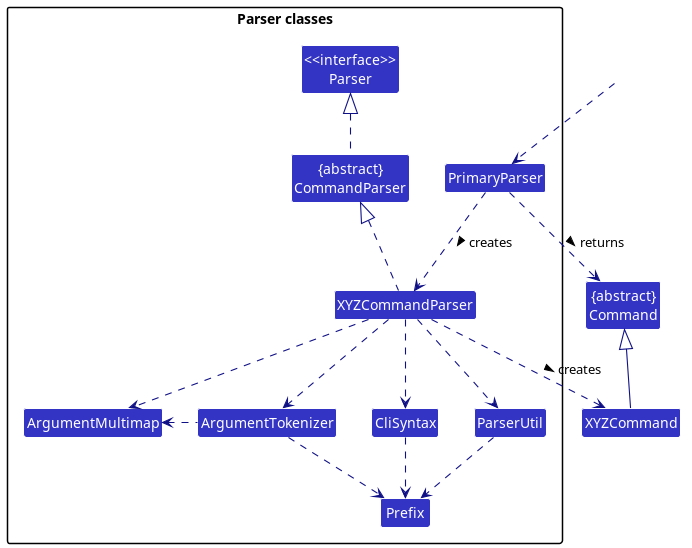
The PlantUML diagram docs/images/ParserClasses.png in nus-cs2103-AY2223S1/tp, before a commit.
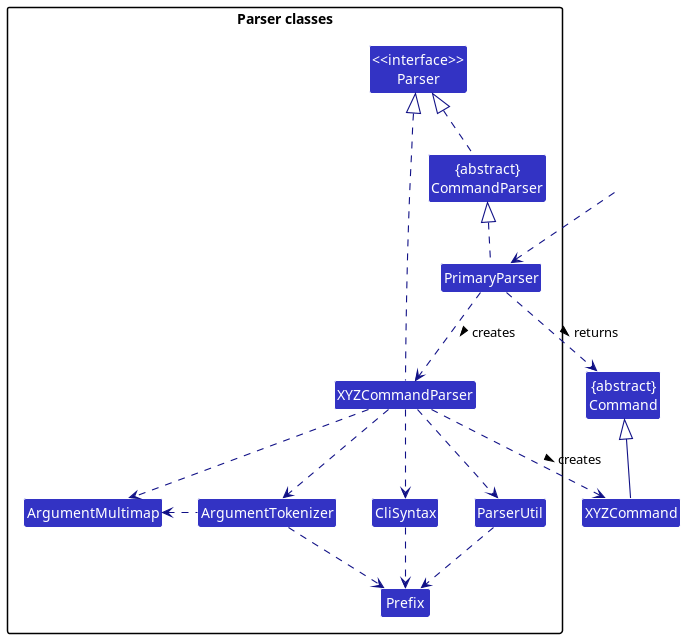
The same file after the commit.

Diff of the diagram source:
```diff
@@ -27,7 +27,8 @@
 XYZCommandParser ..> XYZCommand : creates >
 PrimaryParser ..> Command : returns >
 CommandParser .up.|> Parser
-XYZCommandParser .up.|> CommandParser
+PrimaryParser .up.|> CommandParser
+XYZCommandParser .up.|> Parser
 XYZCommandParser ..> ArgumentMultimap
 XYZCommandParser ..> ArgumentTokenizer
 ArgumentTokenizer .left.> ArgumentMultimap
```
